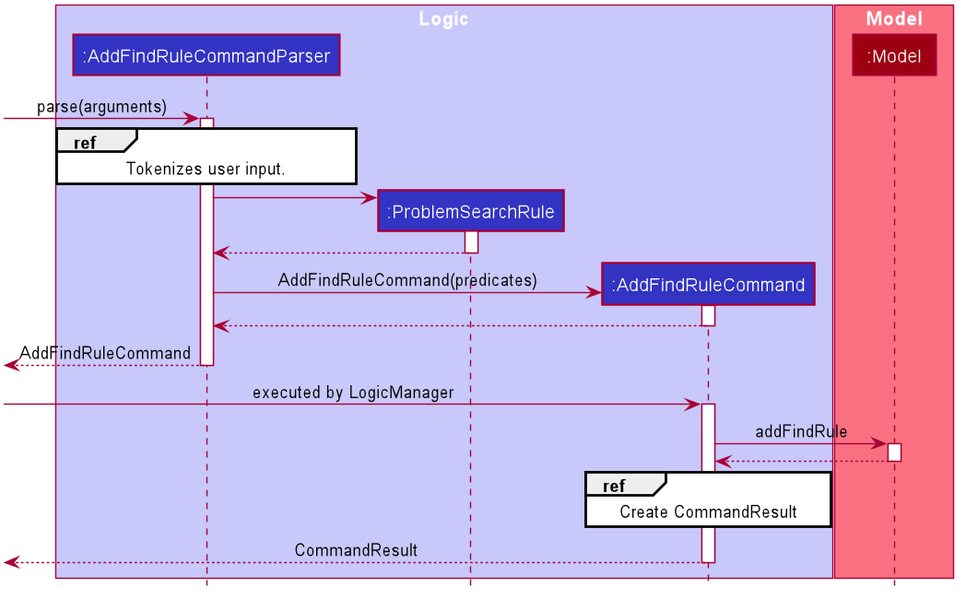
This is docs/images/savefindrule/AddFindRuleSequenceDiagram.png from nus-cs2103-AY1920S1/addressbook-level3, a PlantUML export, as it was before one commit.
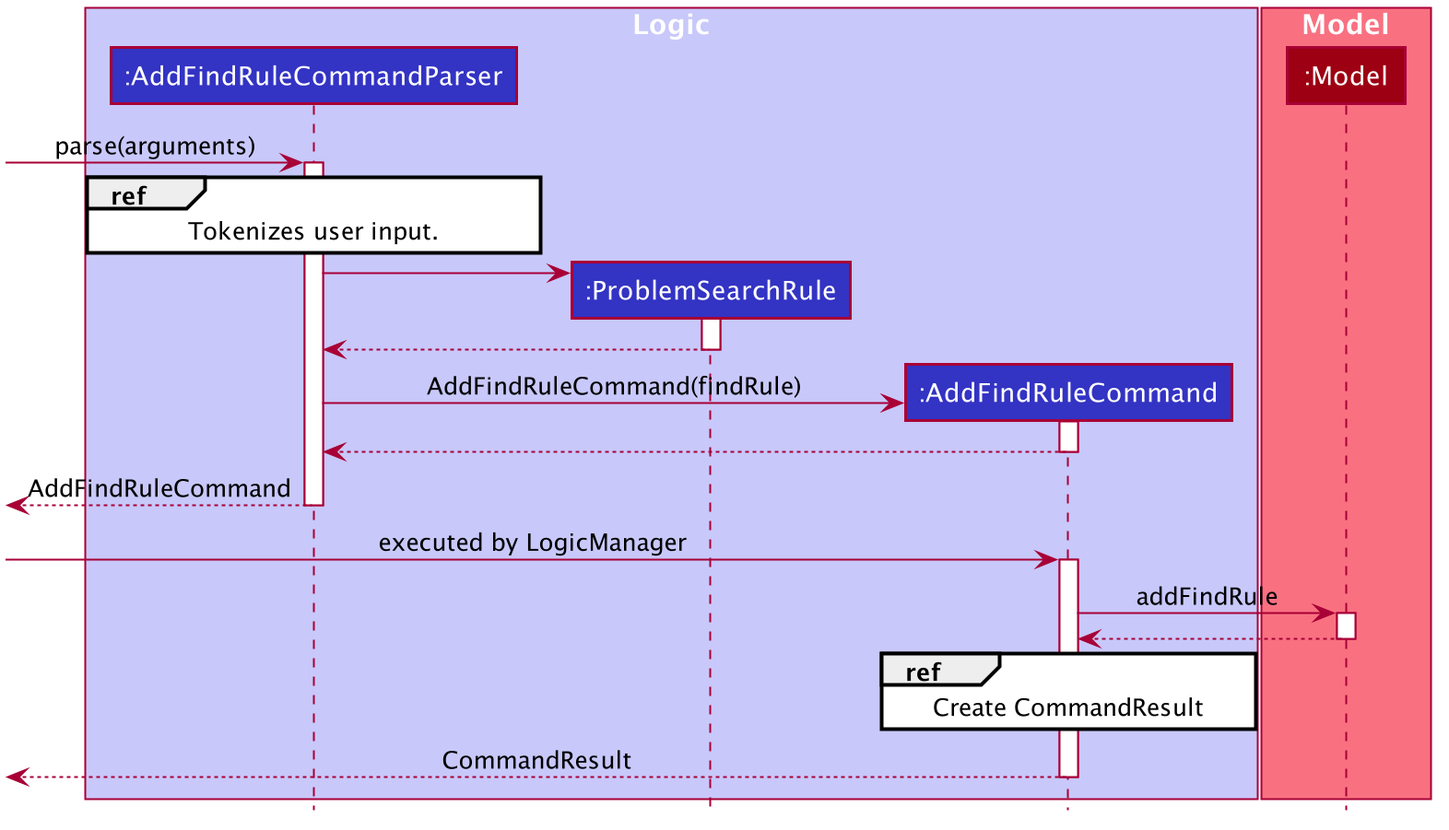
Above is the later version.

Change to the diagram source:
```diff
@@ -63,7 +63,7 @@
         ProblemSearchRule --> AddFindRuleCommandParser
     deactivate ProblemSearchRule
     create AddFindRuleCommand
-    AddFindRuleCommandParser -> AddFindRuleCommand : AddFindRuleCommand(predicates)
+    AddFindRuleCommandParser -> AddFindRuleCommand : AddFindRuleCommand(findRule)
     activate AddFindRuleCommand
         AddFindRuleCommand --> AddFindRuleCommandParser
     deactivate AddFindRuleCommand
```
